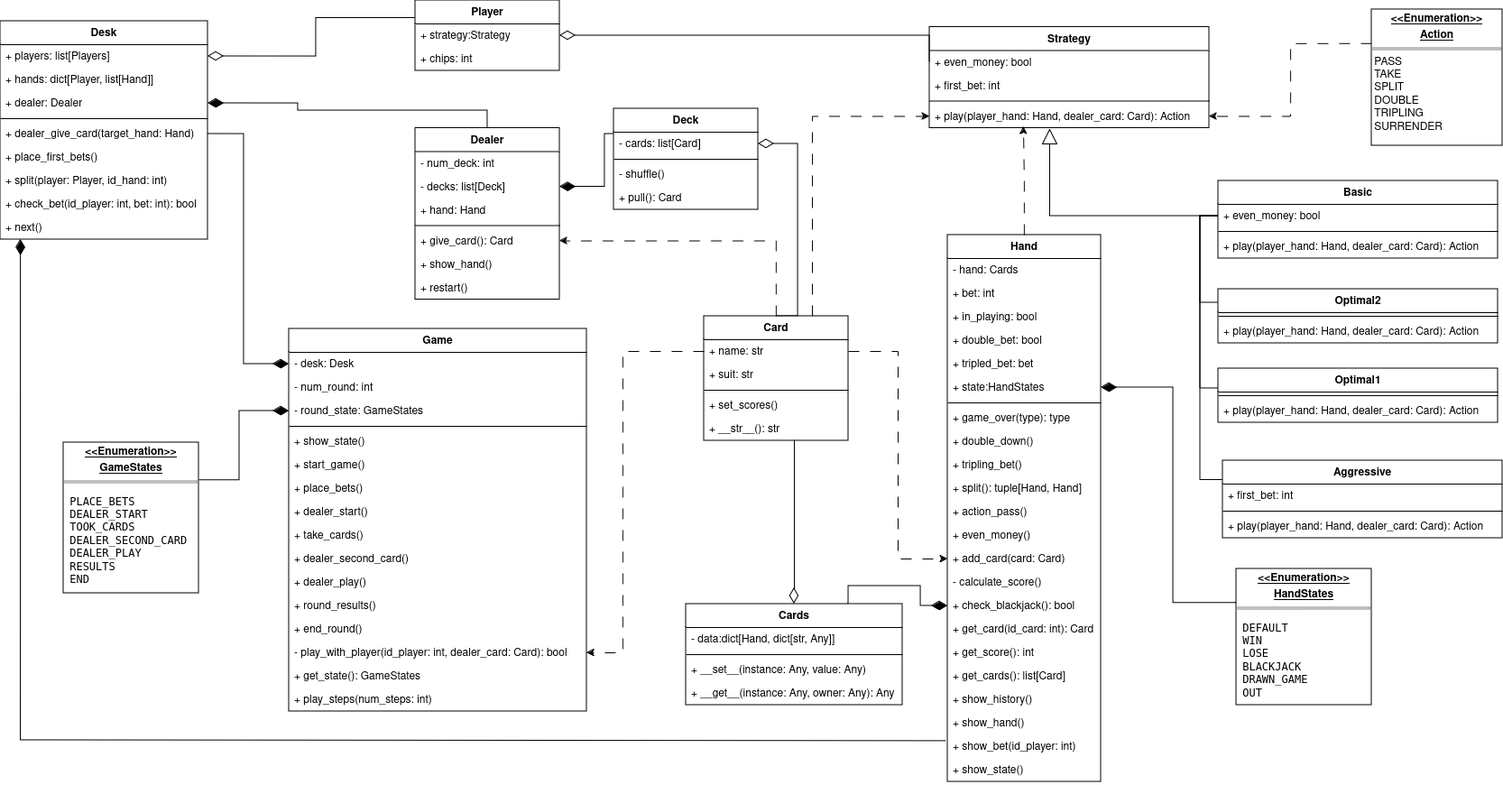
The draw.io diagram project/game/docs/UML.png in maxscherbakov/spbu-python-course, before a commit. Source tidied: cells renumbered, new cells last; positions are measured from the earlier drawing's top-left corner, leaving out a move shared by most shapes.
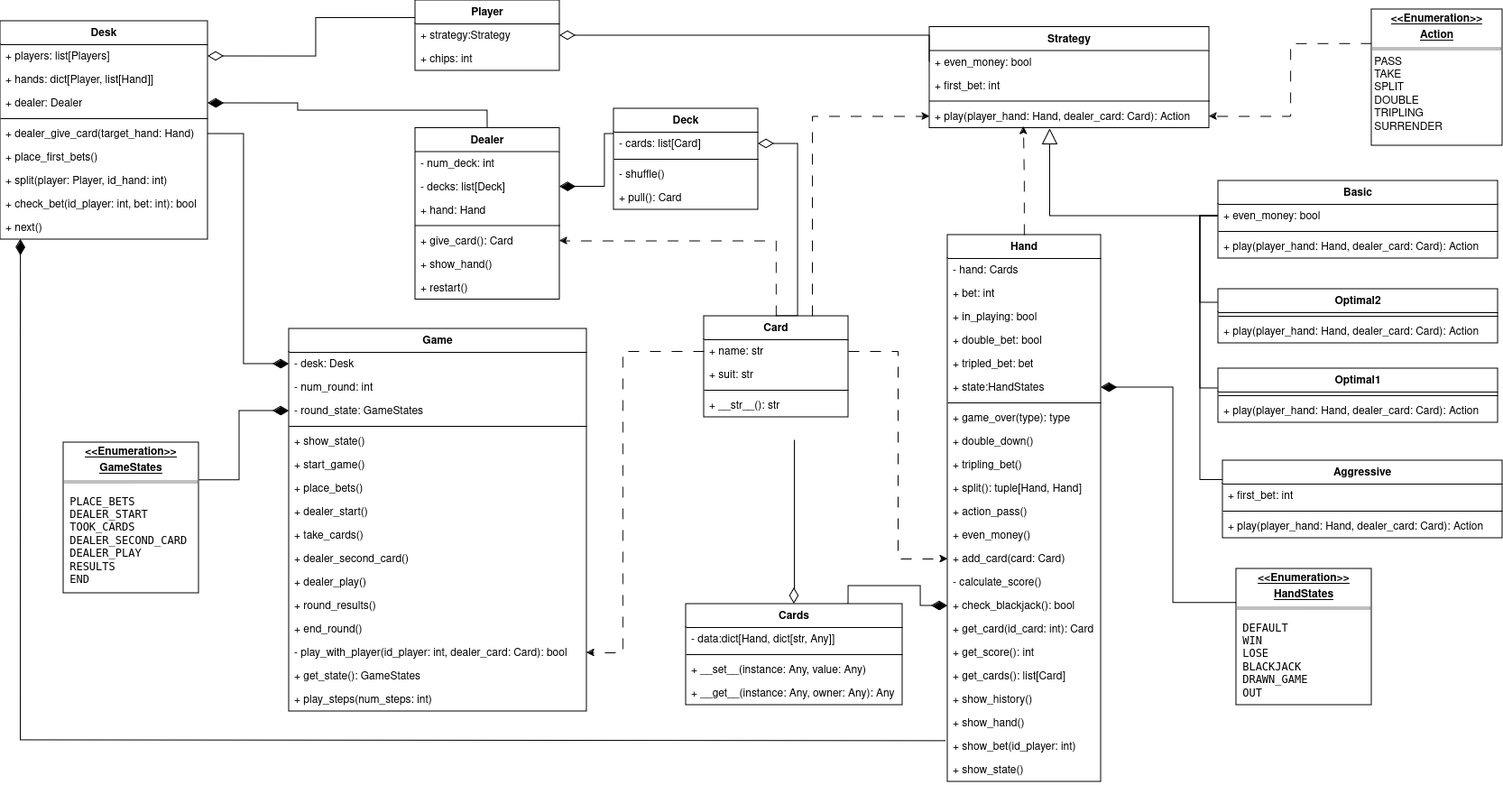
After the commit.

Commit message:
remove set_scores() for Card

Change to the diagram source:
```diff
@@ -89,7 +89,7 @@
       </mxGeometry>
     </mxCell>
     <mxCell id="27" value="Card" style="swimlane;fontStyle=1;align=center;verticalAlign=top;horizontal=1;startSize=26;whiteSpace=wrap;html=1;fontColor=default;" parent="1" vertex="1">
-      <mxGeometry x="780" y="350" width="160" height="138" as="geometry" />
+      <mxGeometry x="780" y="350" width="160" height="112" as="geometry" />
     </mxCell>
     <mxCell id="28" value="+ name: str" style="text;strokeColor=none;fillColor=none;align=left;verticalAlign=top;spacingLeft=4;spacingRight=4;overflow=hidden;points=[[0,0.5],[1,0.5]];portConstraint=eastwest;whiteSpace=wrap;html=1;fontColor=default;" parent="27" vertex="1">
       <mxGeometry y="26" width="160" height="26" as="geometry" />
@@ -100,11 +100,8 @@
     <mxCell id="30" style="line;strokeWidth=1;fillColor=none;align=left;verticalAlign=middle;spacingTop=-1;spacingLeft=3;spacingRight=3;labelPosition=right;strokeColor=inherit;fontColor=default;" parent="27" vertex="1">
       <mxGeometry y="78" width="160" height="8" as="geometry" />
     </mxCell>
-    <mxCell id="31" value="+ set_scores()" style="text;strokeColor=none;fillColor=none;align=left;verticalAlign=top;spacingLeft=4;spacingRight=4;overflow=hidden;whiteSpace=wrap;html=1;fontColor=default;" parent="27" vertex="1">
-      <mxGeometry y="86" width="160" height="26" as="geometry" />
-    </mxCell>
     <mxCell id="32" value="+ __str__(): str" style="text;strokeColor=none;fillColor=none;align=left;verticalAlign=top;spacingLeft=4;spacingRight=4;overflow=hidden;whiteSpace=wrap;html=1;fontColor=default;" parent="27" vertex="1">
-      <mxGeometry y="112" width="160" height="26" as="geometry" />
+      <mxGeometry y="86" width="160" height="26" as="geometry" />
     </mxCell>
     <mxCell id="33" style="edgeStyle=orthogonalEdgeStyle;rounded=0;jettySize=auto;html=1;exitX=0;exitY=0.25;exitDx=0;exitDy=0;entryX=1;entryY=0.5;entryDx=0;entryDy=0;dashed=1;dashPattern=12 12;" parent="1" edge="1" source="34" target="18">
       <mxGeometry relative="1" as="geometry" />
```
